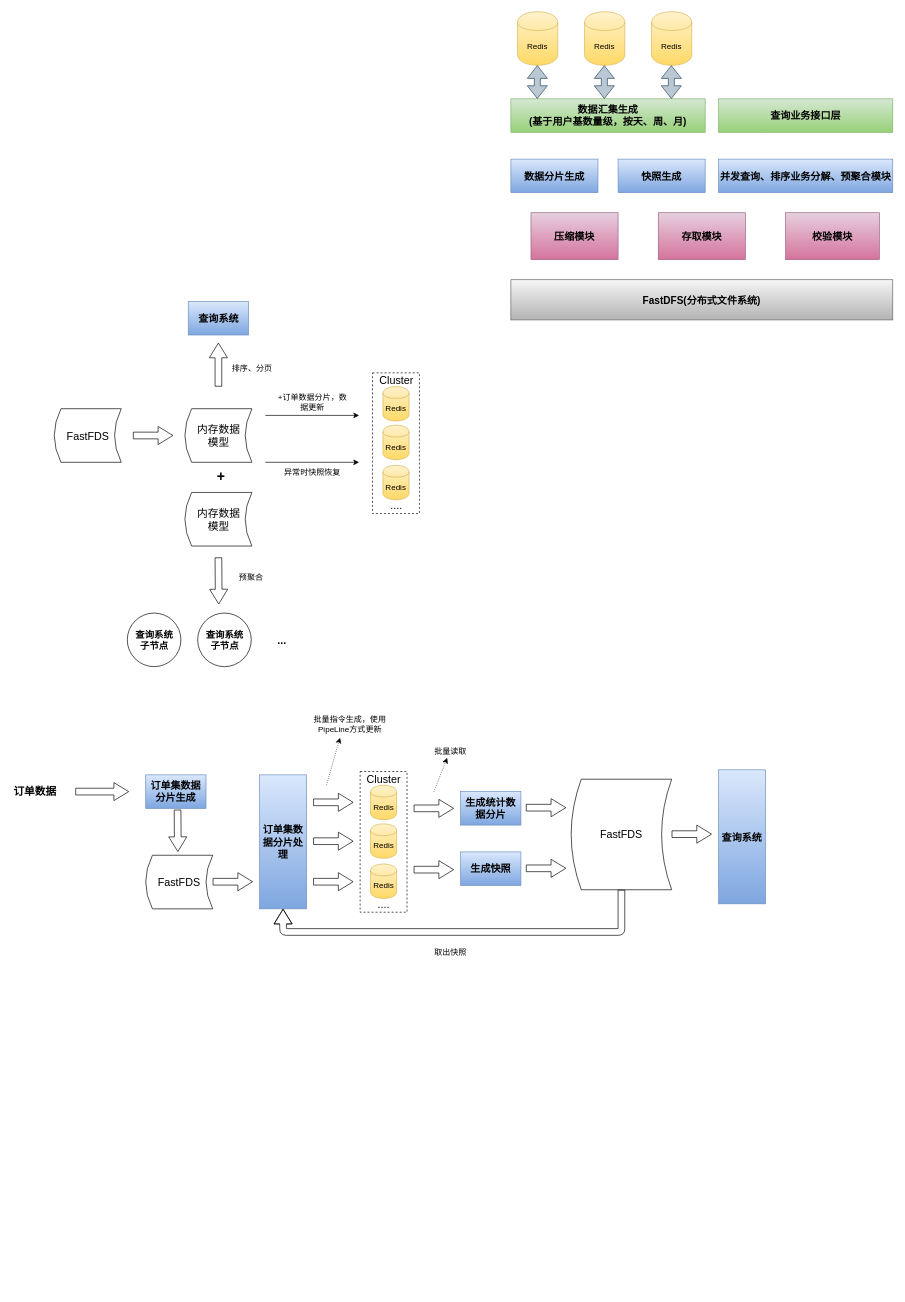
Above: Untitled Diagram.drawio in jack0000008/drawio (draw.io), before the change. Source tidied: cells renumbered, new cells numbered last; positions are measured from the earlier drawing's top-left corner, leaving out a move shared by most shapes. Both pictures are drawn from the tidied source at 67%, with x=0, y=0 at pixel (11, 11).
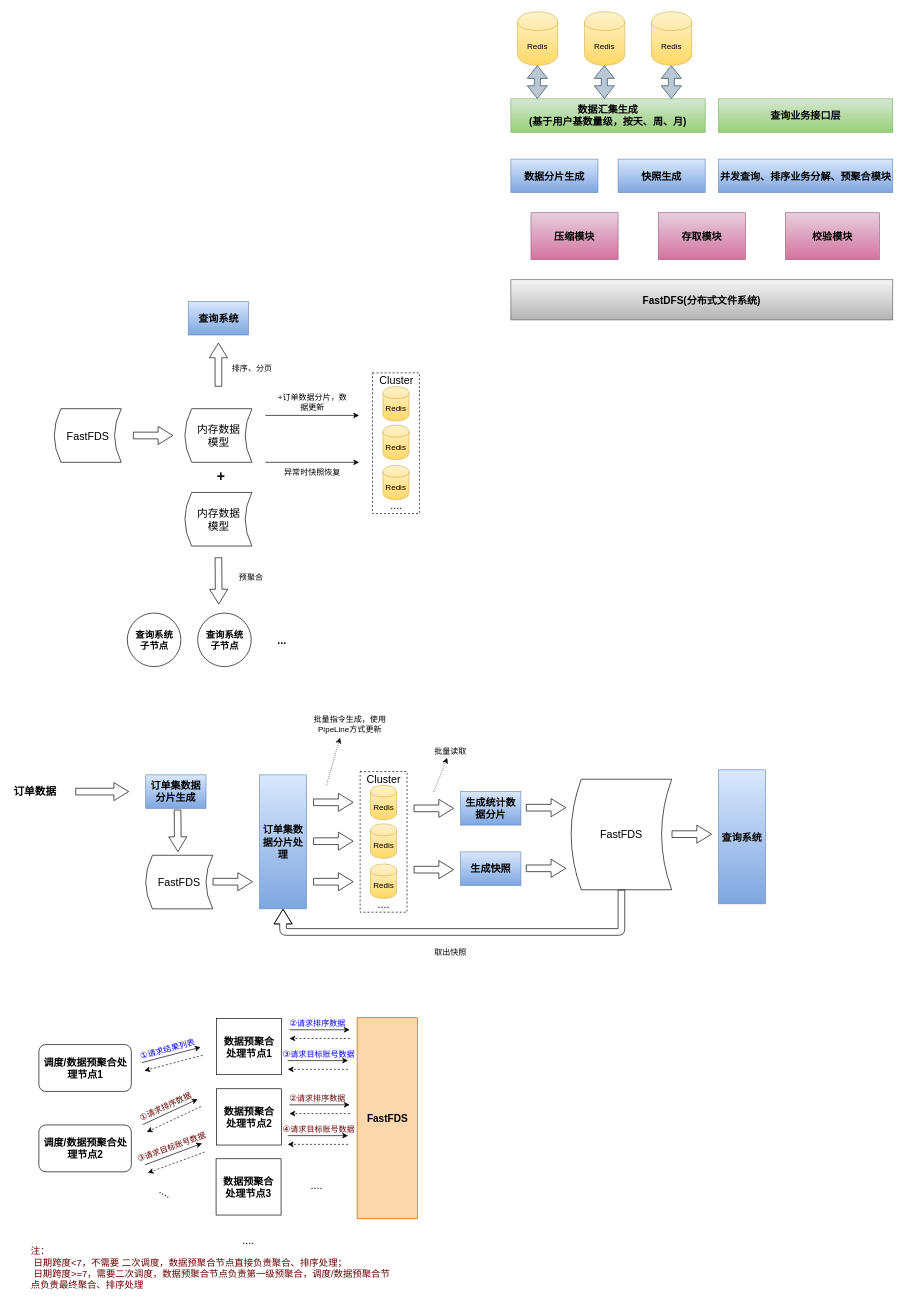
After the change.

What changed in the source:
```diff
@@
+    <mxCell id="77" style="group;" parent="1" vertex="1">
+      <mxGeometry x="40.5" y="1499.5" width="565" height="340.8" as="geometry" />
+    </mxCell>
+    <mxCell id="78" value="调度/数据预聚合处理节点1" style="rounded=1;whiteSpace=wrap;html=1;fillColor=none;fontSize=15;fontStyle=1;" parent="77" vertex="1">
+      <mxGeometry y="42" width="138" height="70" as="geometry" />
+    </mxCell>
+    <mxCell id="79" value="调度/数据预聚合处理节点2" style="rounded=1;whiteSpace=wrap;html=1;fillColor=none;fontSize=15;fontStyle=1;glass=0;" parent="77" vertex="1">
+      <mxGeometry y="162" width="138" height="70" as="geometry" />
+    </mxCell>
+    <mxCell id="80" value="&lt;span style=&quot;font-size: 15px&quot;&gt;&lt;b&gt;FastFDS&lt;/b&gt;&lt;/span&gt;" style="rounded=0;whiteSpace=wrap;html=1;fillColor=#fad7ac;strokeColor=#b46504;" parent="77" vertex="1">
+      <mxGeometry x="475" y="2" width="90" height="300" as="geometry" />
+    </mxCell>
+    <mxCell id="81" style="group;" parent="77" vertex="1">
+      <mxGeometry x="374" width="100" height="33" as="geometry" />
+    </mxCell>
+    <mxCell id="82" style="endArrow=classic;html=1;fontSize=15;" parent="81" edge="1">
+      <mxGeometry relative="1" as="geometry">
+        <mxPoint y="20" as="sourcePoint" />
+        <mxPoint x="90" y="20" as="targetPoint" />
+      </mxGeometry>
+    </mxCell>
+    <mxCell id="83" style="endArrow=classic;html=1;fontSize=15;dashed=1;" parent="81" edge="1">
+      <mxGeometry relative="1" as="geometry">
+        <mxPoint x="90" y="33" as="sourcePoint" />
+        <mxPoint y="33" as="targetPoint" />
+      </mxGeometry>
+    </mxCell>
+    <mxCell id="84" value="&lt;font color=&quot;#0000ff&quot;&gt;&lt;span style=&quot;font-family: &amp;#34;arial&amp;#34; ; font-size: 13px ; background-color: rgb(255 , 255 , 255)&quot;&gt;②&lt;/span&gt;请求排序数据&lt;/font&gt;" style="text;html=1;strokeColor=none;fillColor=none;align=center;verticalAlign=middle;whiteSpace=wrap;rounded=0;dashed=1;fontSize=12;" parent="81" vertex="1">
+      <mxGeometry x="-6" width="95" height="20" as="geometry" />
+    </mxCell>
+    <mxCell id="85" style="group;" parent="77" vertex="1">
+      <mxGeometry x="355" y="36" width="125" height="43" as="geometry" />
+    </mxCell>
+    <mxCell id="86" style="endArrow=classic;html=1;fontSize=15;" parent="85" edge="1">
+      <mxGeometry relative="1" as="geometry">
+        <mxPoint x="16.5" y="30" as="sourcePoint" />
+        <mxPoint x="106.5" y="30" as="targetPoint" />
+      </mxGeometry>
+    </mxCell>
+    <mxCell id="87" style="endArrow=classic;html=1;fontSize=15;dashed=1;" parent="85" edge="1">
+      <mxGeometry relative="1" as="geometry">
+        <mxPoint x="106.5" y="43" as="sourcePoint" />
+        <mxPoint x="16.5" y="43" as="targetPoint" />
+      </mxGeometry>
+    </mxCell>
+    <mxCell id="88" value="&lt;font color=&quot;#0000ff&quot;&gt;&lt;span style=&quot;font-family: &amp;#34;arial&amp;#34; ; font-size: 13px ; background-color: rgb(255 , 255 , 255)&quot;&gt;③&lt;/span&gt;请求目标账号数据&lt;/font&gt;" style="text;html=1;strokeColor=none;fillColor=none;align=center;verticalAlign=middle;whiteSpace=wrap;rounded=0;dashed=1;fontSize=12;" parent="85" vertex="1">
+      <mxGeometry y="9" width="125" height="20" as="geometry" />
+    </mxCell>
+    <mxCell id="89" value="...." style="text;html=1;strokeColor=none;fillColor=none;align=center;verticalAlign=middle;whiteSpace=wrap;rounded=0;dashed=1;fontSize=16;" parent="77" vertex="1">
+      <mxGeometry x="297.2" y="325.3" width="31.1" height="15.6" as="geometry" />
+    </mxCell>
+    <mxCell id="90" value="数据预聚合&lt;br&gt;处理节点2" style="rounded=0;whiteSpace=wrap;html=1;fillColor=none;fontSize=15;fontStyle=1;" parent="77" vertex="1">
+      <mxGeometry x="265" y="108" width="97" height="84" as="geometry" />
+    </mxCell>
+    <mxCell id="91" value="...." style="text;html=1;strokeColor=none;fillColor=none;align=center;verticalAlign=middle;whiteSpace=wrap;rounded=0;dashed=1;fontSize=16;" parent="77" vertex="1">
+      <mxGeometry x="399.2" y="243.3" width="31.1" height="15.6" as="geometry" />
+    </mxCell>
+    <mxCell id="92" style="group;rotation=-25;" parent="77" vertex="1">
+      <mxGeometry x="149" y="120.5" width="100" height="33" as="geometry" />
+    </mxCell>
+    <mxCell id="93" style="endArrow=classic;html=1;fontSize=15;" parent="92" edge="1">
+      <mxGeometry relative="1" as="geometry">
+        <mxPoint x="6" y="41" as="sourcePoint" />
+        <mxPoint x="88" y="3" as="targetPoint" />
+      </mxGeometry>
+    </mxCell>
+    <mxCell id="94" style="endArrow=classic;html=1;fontSize=15;dashed=1;" parent="92" edge="1">
+      <mxGeometry relative="1" as="geometry">
+        <mxPoint x="93" y="14" as="sourcePoint" />
+        <mxPoint x="12" y="52" as="targetPoint" />
+      </mxGeometry>
+    </mxCell>
+    <mxCell id="95" value="&lt;font color=&quot;#660000&quot;&gt;&lt;span style=&quot;font-family: &amp;#34;arial&amp;#34; ; font-size: 13px ; background-color: rgb(255 , 255 , 255)&quot;&gt;①&lt;/span&gt;请求排序数据&lt;/font&gt;" style="text;html=1;strokeColor=none;fillColor=none;align=center;verticalAlign=middle;whiteSpace=wrap;rounded=0;dashed=1;fontSize=12;rotation=-25;" parent="92" vertex="1">
+      <mxGeometry x="-8" y="4" width="95" height="20" as="geometry" />
+    </mxCell>
+    <mxCell id="96" style="group;rotation=-20;fontColor=#660000;" parent="77" vertex="1">
+      <mxGeometry x="137.5" y="184.5" width="125" height="34" as="geometry" />
+    </mxCell>
+    <mxCell id="97" style="endArrow=classic;html=1;fontSize=15;" parent="96" edge="1">
+      <mxGeometry relative="1" as="geometry">
+        <mxPoint x="21" y="37" as="sourcePoint" />
+        <mxPoint x="106" y="5" as="targetPoint" />
+      </mxGeometry>
+    </mxCell>
+    <mxCell id="98" style="endArrow=classic;html=1;fontSize=15;dashed=1;" parent="96" edge="1">
+      <mxGeometry relative="1" as="geometry">
+        <mxPoint x="110" y="18" as="sourcePoint" />
+        <mxPoint x="25" y="49" as="targetPoint" />
+      </mxGeometry>
+    </mxCell>
+    <mxCell id="99" value="&lt;span style=&quot;font-family: arial; font-size: 13px; background-color: rgb(255, 255, 255);&quot;&gt;③&lt;/span&gt;请求目标账号数据" style="text;html=1;strokeColor=none;fillColor=none;align=center;verticalAlign=middle;whiteSpace=wrap;rounded=0;dashed=1;fontSize=12;rotation=-20;fontColor=#660000;" parent="96" vertex="1">
+      <mxGeometry x="-2" width="125" height="20" as="geometry" />
+    </mxCell>
+    <mxCell id="100" value="...." style="text;html=1;strokeColor=none;fillColor=none;align=center;verticalAlign=middle;whiteSpace=wrap;rounded=0;dashed=1;fontSize=16;rotation=30;" parent="77" vertex="1">
+      <mxGeometry x="174.7" y="254.3" width="31.1" height="15.6" as="geometry" />
+    </mxCell>
+    <mxCell id="101" value="数据预聚合&lt;br&gt;处理节点1" style="rounded=0;whiteSpace=wrap;html=1;fillColor=none;fontSize=15;fontStyle=1;" parent="77" vertex="1">
+      <mxGeometry x="265" y="3" width="97" height="84" as="geometry" />
+    </mxCell>
+    <mxCell id="102" value="数据预聚合&lt;br&gt;处理节点3" style="rounded=0;whiteSpace=wrap;html=1;fillColor=none;fontSize=15;fontStyle=1;" parent="77" vertex="1">
+      <mxGeometry x="264.5" y="212.5" width="97" height="84" as="geometry" />
+    </mxCell>
+    <mxCell id="103" style="group;rotation=-15;" parent="77" vertex="1">
+      <mxGeometry x="151.5" y="36" width="100" height="33" as="geometry" />
+    </mxCell>
+    <mxCell id="104" style="endArrow=classic;html=1;fontSize=15;" parent="103" edge="1">
+      <mxGeometry relative="1" as="geometry">
+        <mxPoint x="2" y="33" as="sourcePoint" />
+        <mxPoint x="90" y="10" as="targetPoint" />
+      </mxGeometry>
+    </mxCell>
+    <mxCell id="105" style="endArrow=classic;html=1;fontSize=15;dashed=1;" parent="103" edge="1">
+      <mxGeometry relative="1" as="geometry">
+        <mxPoint x="93" y="22" as="sourcePoint" />
+        <mxPoint x="6" y="45" as="targetPoint" />
+      </mxGeometry>
+    </mxCell>
+    <mxCell id="106" value="&lt;font color=&quot;#0000ff&quot;&gt;&lt;span style=&quot;font-family: &amp;#34;arial&amp;#34; ; font-size: 13px ; background-color: rgb(255 , 255 , 255)&quot;&gt;①&lt;/span&gt;请求结果列表&lt;/font&gt;" style="text;html=1;strokeColor=none;fillColor=none;align=center;verticalAlign=middle;whiteSpace=wrap;rounded=0;dashed=1;fontSize=12;rotation=-15;" parent="103" vertex="1">
+      <mxGeometry x="-7" y="2" width="95" height="20" as="geometry" />
+    </mxCell>
+    <mxCell id="107" style="group;fontColor=#660000;" parent="77" vertex="1">
+      <mxGeometry x="374" y="112" width="100" height="33" as="geometry" />
+    </mxCell>
+    <mxCell id="108" style="endArrow=classic;html=1;fontSize=15;" parent="107" edge="1">
+      <mxGeometry relative="1" as="geometry">
+        <mxPoint y="20" as="sourcePoint" />
+        <mxPoint x="90" y="20" as="targetPoint" />
+      </mxGeometry>
+    </mxCell>
+    <mxCell id="109" style="endArrow=classic;html=1;fontSize=15;dashed=1;" parent="107" edge="1">
+      <mxGeometry relative="1" as="geometry">
+        <mxPoint x="90" y="33" as="sourcePoint" />
+        <mxPoint y="33" as="targetPoint" />
+      </mxGeometry>
+    </mxCell>
+    <mxCell id="110" value="&lt;span style=&quot;font-family: arial; font-size: 13px; background-color: rgb(255, 255, 255);&quot;&gt;②&lt;/span&gt;请求排序数据" style="text;html=1;strokeColor=none;fillColor=none;align=center;verticalAlign=middle;whiteSpace=wrap;rounded=0;dashed=1;fontSize=12;fontColor=#660000;" parent="107" vertex="1">
+      <mxGeometry x="-6" width="95" height="20" as="geometry" />
+    </mxCell>
+    <mxCell id="111" style="group;fontColor=#660000;" parent="77" vertex="1">
+      <mxGeometry x="355" y="148" width="125" height="43" as="geometry" />
+    </mxCell>
+    <mxCell id="112" style="endArrow=classic;html=1;fontSize=15;" parent="111" edge="1">
+      <mxGeometry relative="1" as="geometry">
+        <mxPoint x="16.5" y="30" as="sourcePoint" />
+        <mxPoint x="106.5" y="30" as="targetPoint" />
+      </mxGeometry>
+    </mxCell>
+    <mxCell id="113" style="endArrow=classic;html=1;fontSize=15;dashed=1;" parent="111" edge="1">
+      <mxGeometry relative="1" as="geometry">
+        <mxPoint x="106.5" y="43" as="sourcePoint" />
+        <mxPoint x="16.5" y="43" as="targetPoint" />
+      </mxGeometry>
+    </mxCell>
+    <mxCell id="114" value="&lt;span style=&quot;font-family: arial; font-size: 13px; background-color: rgb(255, 255, 255);&quot;&gt;④&lt;/span&gt;请求目标账号数据" style="text;html=1;strokeColor=none;fillColor=none;align=center;verticalAlign=middle;whiteSpace=wrap;rounded=0;dashed=1;fontSize=12;fontColor=#660000;" parent="111" vertex="1">
+      <mxGeometry y="9" width="125" height="20" as="geometry" />
+    </mxCell>
+    <mxCell id="115" value="注：&lt;br&gt;&lt;blockquote style=&quot;margin: 0 0 0 40px ; border: none ; padding: 0px&quot;&gt;&lt;/blockquote&gt;&lt;span&gt;&amp;nbsp;日期跨度&amp;lt;7，不需要 二次调度，数据预聚合节点直接负责聚合、排序处理；&lt;/span&gt;&lt;br&gt;&lt;span&gt;&amp;nbsp;日期跨度&amp;gt;=7，需要二次调度，数据预聚合节点负责第一级预聚合，调度/数据预聚合节点负责最终聚合、排序处理&lt;/span&gt;" style="text;html=1;strokeColor=none;fillColor=none;align=left;verticalAlign=middle;whiteSpace=wrap;rounded=0;glass=0;fontSize=14;fontColor=#660000;spacing=5;" parent="1" vertex="1">
+      <mxGeometry x="24" y="1865" width="551" height="20" as="geometry" />
+    </mxCell>
```
